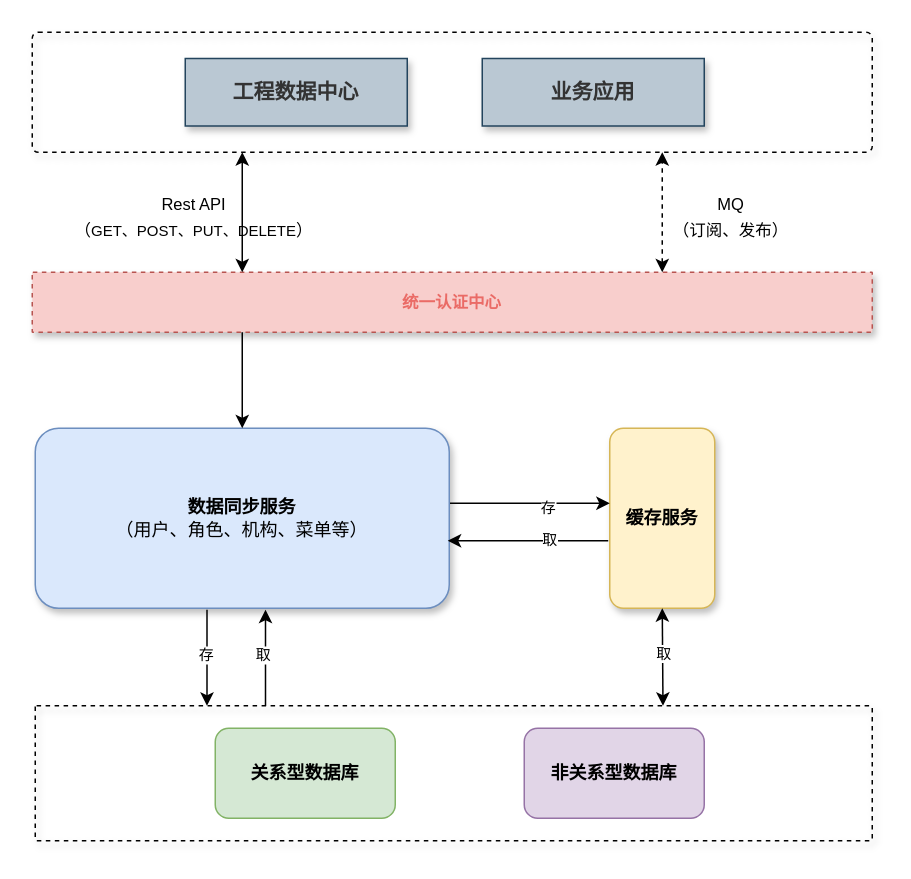
Before: page "第 1 页" (1 of 2) of 东庄信息化项目-统一权限管理-同步流程.drawio in sun-beijixing/drawio, a draw.io diagram. Source tidied: cells renumbered, new cells numbered last; positions are measured from the earlier drawing's top-left corner, leaving out a move shared by most shapes. Both pictures are drawn from the tidied source at 150%, with x=0, y=0 at pixel (32, 32).
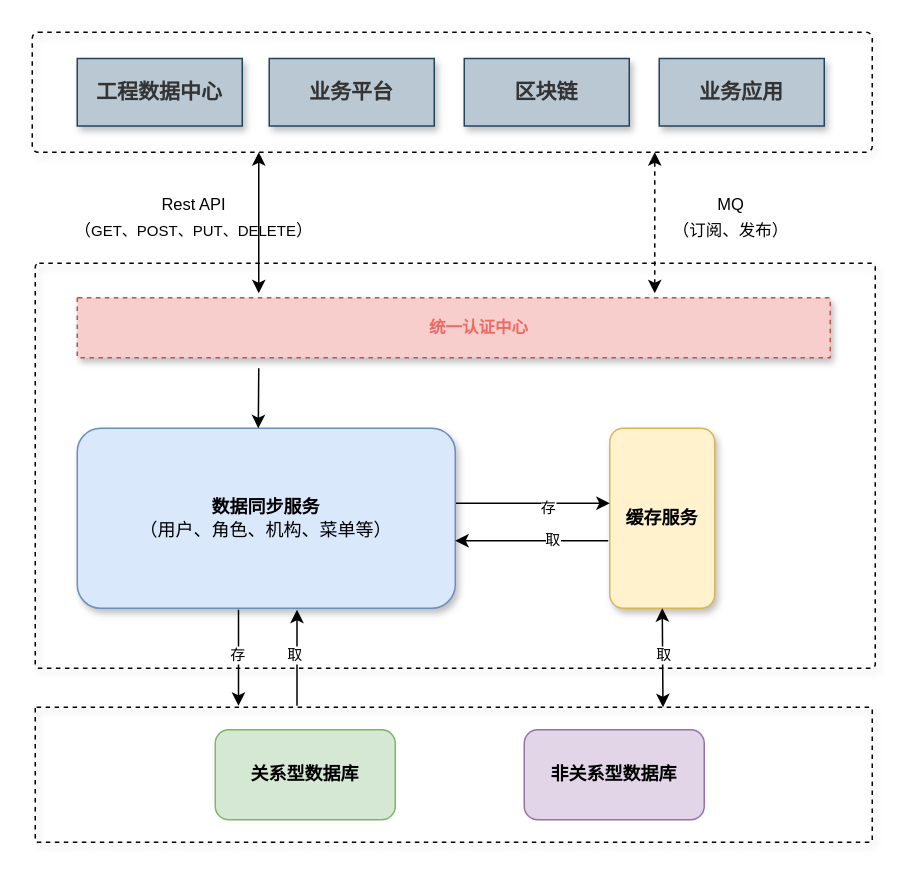
The same page after the edit.

Commit message (it also covers changes not shown here):
更新东庄信息化项目-统一权限管理-同步流程.drawio

The change refers to these unchanged cells:
```xml
<mxCell id="2" style="rounded=1;whiteSpace=wrap;html=1;shadow=1;fontSize=11;strokeWidth=1;fillColor=none;dashed=1;arcSize=5;" parent="1" vertex="1">
  <mxGeometry width="560" height="80" as="geometry" />
</mxCell>
```

Change to the diagram source:
```diff
@@
+    <mxCell id="27" style="text;html=1;fillColor=none;align=center;verticalAlign=middle;whiteSpace=wrap;fontSize=54;fontStyle=1;shadow=1;rounded=1;glass=0;sketch=0;arcSize=1;dashed=1;strokeWidth=1;strokeColor=default;" parent="1" vertex="1">
+      <mxGeometry x="2" y="154" width="560" height="270" as="geometry" />
+    </mxCell>
@@
     <mxCell id="3" style="text;html=1;fillColor=#f8cecc;align=center;verticalAlign=middle;whiteSpace=wrap;fontSize=54;fontStyle=1;shadow=1;rounded=1;glass=0;sketch=0;arcSize=1;dashed=1;strokeWidth=1;strokeColor=#b85450;" parent="1" vertex="1">
-      <mxGeometry y="160" width="560" height="40" as="geometry" />
+      <mxGeometry x="30" y="177" width="502" height="40" as="geometry" />
     </mxCell>
     <mxCell id="4" value="&lt;b style=&quot;color: rgb(51, 51, 51); font-size: 14px;&quot;&gt;工程数据中心&lt;/b&gt;" style="rounded=0;whiteSpace=wrap;html=1;shadow=1;fontSize=11;strokeColor=#23445d;strokeWidth=1;fillColor=#bac8d3;" parent="1" vertex="1">
-      <mxGeometry x="102" y="17.5" width="148" height="45" as="geometry" />
+      <mxGeometry x="30" y="17.5" width="110" height="45" as="geometry" />
     </mxCell>
     <mxCell id="5" value="&lt;b style=&quot;color: rgb(51, 51, 51); font-size: 14px;&quot;&gt;业务应用&lt;/b&gt;" style="rounded=0;whiteSpace=wrap;html=1;shadow=1;fontSize=11;strokeColor=#23445d;strokeWidth=1;fillColor=#bac8d3;" parent="1" vertex="1">
-      <mxGeometry x="300" y="17.5" width="148" height="45" as="geometry" />
+      <mxGeometry x="418" y="17.5" width="110" height="45" as="geometry" />
     </mxCell>
     <mxCell id="6" value="&lt;b&gt;&lt;font color=&quot;#ea6b66&quot;&gt;统一认证中心&lt;/font&gt;&lt;/b&gt;" style="text;html=1;strokeColor=none;fillColor=none;align=center;verticalAlign=middle;whiteSpace=wrap;rounded=0;shadow=1;fontSize=11;" parent="1" vertex="1">
-      <mxGeometry x="210" y="168" width="140" height="24" as="geometry" />
+      <mxGeometry x="228" y="185" width="140" height="24" as="geometry" />
     </mxCell>
@@
-    <mxCell id="8" style="endArrow=classic;startArrow=classic;html=1;rounded=0;dashed=1;fontSize=11;fontColor=#000000;strokeColor=#000000;jumpStyle=none;entryX=0.75;entryY=1;entryDx=0;entryDy=0;exitX=0.75;exitY=0;exitDx=0;exitDy=0;" parent="1" edge="1" source="3" target="2">
+    <mxCell id="8" style="endArrow=classic;startArrow=classic;html=1;rounded=0;dashed=1;fontSize=11;fontColor=#000000;strokeColor=#000000;jumpStyle=none;entryX=0.75;entryY=1;entryDx=0;entryDy=0;" parent="1" edge="1">
       <mxGeometry relative="1" as="geometry">
+        <mxPoint x="415" y="174" as="sourcePoint" />
+        <mxPoint x="415" y="80" as="targetPoint" />
         <Array as="points">
-          <mxPoint x="420" y="124" />
+          <mxPoint x="415" y="124" />
         </Array>
       </mxGeometry>
     </mxCell>
     <mxCell id="9" style="text;html=1;fillColor=none;align=center;verticalAlign=middle;whiteSpace=wrap;fontSize=54;fontStyle=1;shadow=1;rounded=1;glass=0;sketch=0;arcSize=1;dashed=1;strokeWidth=1;strokeColor=default;" parent="1" vertex="1">
-      <mxGeometry x="2" y="449" width="558" height="90" as="geometry" />
+      <mxGeometry x="2" y="450" width="558" height="90" as="geometry" />
     </mxCell>
     <mxCell id="10" value="&lt;b&gt;关系型数据库&lt;/b&gt;" style="rounded=1;whiteSpace=wrap;html=1;fillColor=#d5e8d4;strokeColor=#82b366;" parent="1" vertex="1">
-      <mxGeometry x="122" y="464" width="120" height="60" as="geometry" />
+      <mxGeometry x="122" y="465" width="120" height="60" as="geometry" />
     </mxCell>
     <mxCell id="11" value="&lt;b&gt;非关系型数据库&lt;/b&gt;" style="rounded=1;whiteSpace=wrap;html=1;fillColor=#e1d5e7;strokeColor=#9673a6;" parent="1" vertex="1">
-      <mxGeometry x="328" y="464" width="120" height="60" as="geometry" />
+      <mxGeometry x="328" y="465" width="120" height="60" as="geometry" />
     </mxCell>
@@
-    <mxCell id="14" style="endArrow=classic;startArrow=classic;html=1;rounded=0;fontSize=11;fontColor=#000000;strokeColor=#000000;jumpStyle=none;entryX=0.25;entryY=1;entryDx=0;entryDy=0;exitX=0.25;exitY=0;exitDx=0;exitDy=0;" parent="1" edge="1" source="3" target="2">
-      <mxGeometry relative="1" as="geometry" />
+    <mxCell id="14" style="endArrow=classic;startArrow=classic;html=1;rounded=0;fontSize=11;fontColor=#000000;strokeColor=#000000;jumpStyle=none;entryX=0.25;entryY=1;entryDx=0;entryDy=0;" parent="1" edge="1">
+      <mxGeometry relative="1" as="geometry">
+        <mxPoint x="151" y="174" as="sourcePoint" />
+        <mxPoint x="151" y="80" as="targetPoint" />
+      </mxGeometry>
     </mxCell>
@@
     <mxCell id="19" value="&lt;b&gt;数据同步服务&lt;/b&gt;&lt;br&gt;（用户、角色、机构、菜单等）" style="rounded=1;whiteSpace=wrap;html=1;fillColor=#dae8fc;strokeColor=#6c8ebf;shadow=1;arcSize=13;" parent="1" vertex="1">
-      <mxGeometry x="2" y="264" width="276" height="120" as="geometry" />
+      <mxGeometry x="30" y="264" width="252" height="120" as="geometry" />
     </mxCell>
-    <mxCell id="20" style="endArrow=classic;html=1;rounded=0;fontSize=10;entryX=0.5;entryY=0;entryDx=0;entryDy=0;exitX=0.25;exitY=1;exitDx=0;exitDy=0;" parent="1" edge="1" source="3" target="19">
-      <mxGeometry relative="1" as="geometry" />
+    <mxCell id="20" style="endArrow=classic;html=1;rounded=0;fontSize=10;entryX=0.479;entryY=0;entryDx=0;entryDy=0;entryPerimeter=0;" parent="1" edge="1" target="19">
+      <mxGeometry relative="1" as="geometry">
+        <mxPoint x="151" y="224" as="sourcePoint" />
+      </mxGeometry>
     </mxCell>
     <mxCell id="21" style="endArrow=classic;html=1;rounded=0;fontSize=10;entryX=0.5;entryY=0;entryDx=0;entryDy=0;exitX=0.25;exitY=1;exitDx=0;exitDy=0;" parent="1" edge="1">
       <mxGeometry relative="1" as="geometry">
-        <mxPoint x="116.5" y="385" as="sourcePoint" />
-        <mxPoint x="116.5" y="449" as="targetPoint" />
+        <mxPoint x="137.5" y="385" as="sourcePoint" />
+        <mxPoint x="137.5" y="449" as="targetPoint" />
       </mxGeometry>
     </mxCell>
@@
-    <mxCell id="23" style="endArrow=classic;html=1;rounded=0;fontSize=10;entryX=0;entryY=0.5;entryDx=0;entryDy=0;exitX=1;exitY=0.5;exitDx=0;exitDy=0;" parent="1" edge="1">
+    <mxCell id="23" style="endArrow=classic;html=1;rounded=0;fontSize=10;exitX=1;exitY=0.5;exitDx=0;exitDy=0;" parent="1" edge="1">
       <mxGeometry relative="1" as="geometry">
         <mxPoint x="384" y="339" as="sourcePoint" />
-        <mxPoint x="277" y="339" as="targetPoint" />
+        <mxPoint x="282" y="339" as="targetPoint" />
       </mxGeometry>
     </mxCell>
@@
     <mxCell id="25" style="endArrow=classic;html=1;rounded=0;fontSize=10;entryX=0.5;entryY=0;entryDx=0;entryDy=0;exitX=0.25;exitY=1;exitDx=0;exitDy=0;" parent="1" edge="1">
       <mxGeometry relative="1" as="geometry">
-        <mxPoint x="155.5" y="449" as="sourcePoint" />
-        <mxPoint x="155.5" y="385" as="targetPoint" />
+        <mxPoint x="176.5" y="449" as="sourcePoint" />
+        <mxPoint x="176.5" y="385" as="targetPoint" />
       </mxGeometry>
     </mxCell>
@@
+    <mxCell id="28" value="&lt;b style=&quot;color: rgb(51, 51, 51); font-size: 14px;&quot;&gt;业务平台&lt;/b&gt;" style="rounded=0;whiteSpace=wrap;html=1;shadow=1;fontSize=11;strokeColor=#23445d;strokeWidth=1;fillColor=#bac8d3;" parent="1" vertex="1">
+      <mxGeometry x="158" y="17.5" width="110" height="45" as="geometry" />
+    </mxCell>
+    <mxCell id="29" value="&lt;b style=&quot;color: rgb(51, 51, 51); font-size: 14px;&quot;&gt;区块链&lt;/b&gt;" style="rounded=0;whiteSpace=wrap;html=1;shadow=1;fontSize=11;strokeColor=#23445d;strokeWidth=1;fillColor=#bac8d3;" parent="1" vertex="1">
+      <mxGeometry x="288" y="17.5" width="110" height="45" as="geometry" />
+    </mxCell>
```
